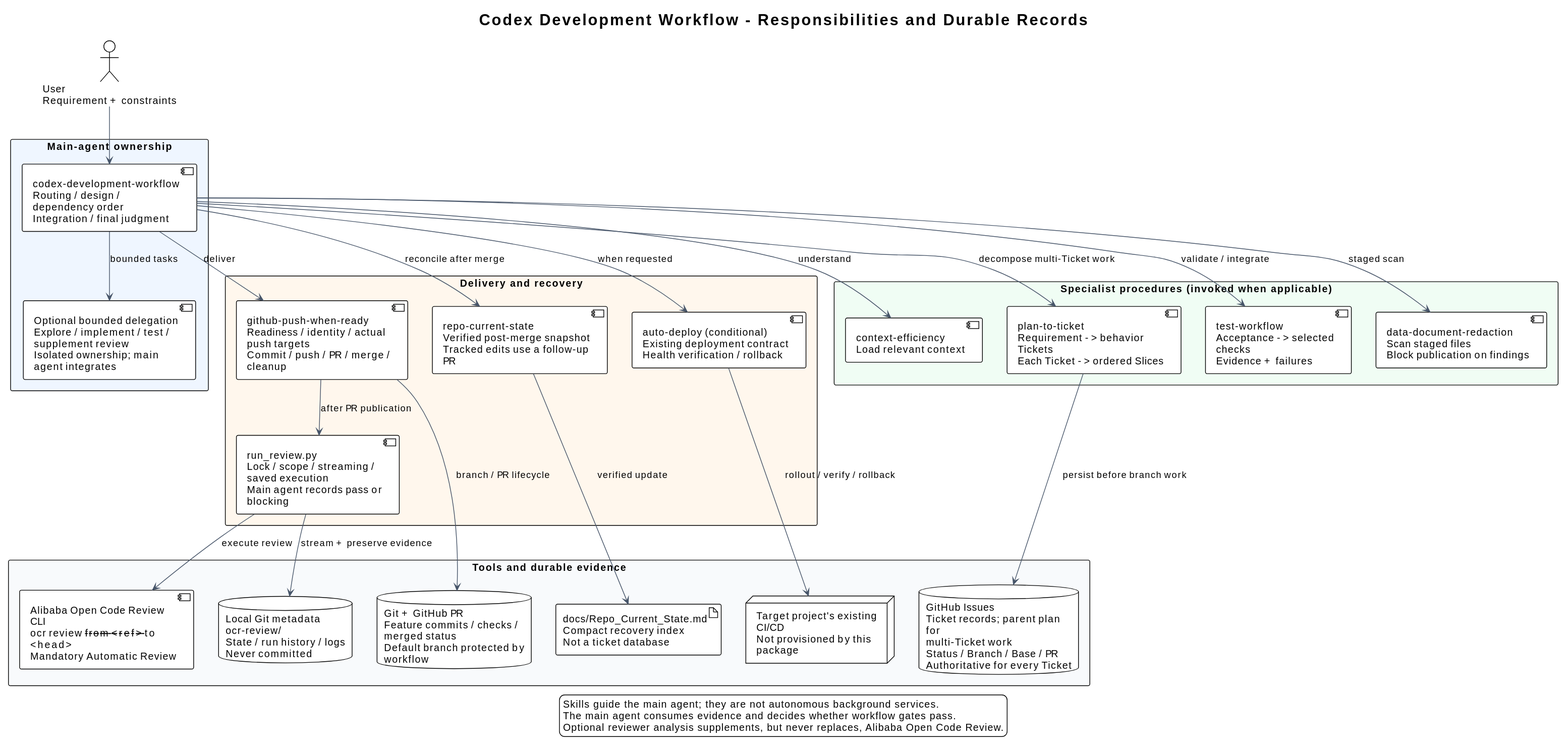
This is docs/diagrams/components.svg from i-zrhe2016/codex-development-workflow, a PlantUML export, as it was before one commit.
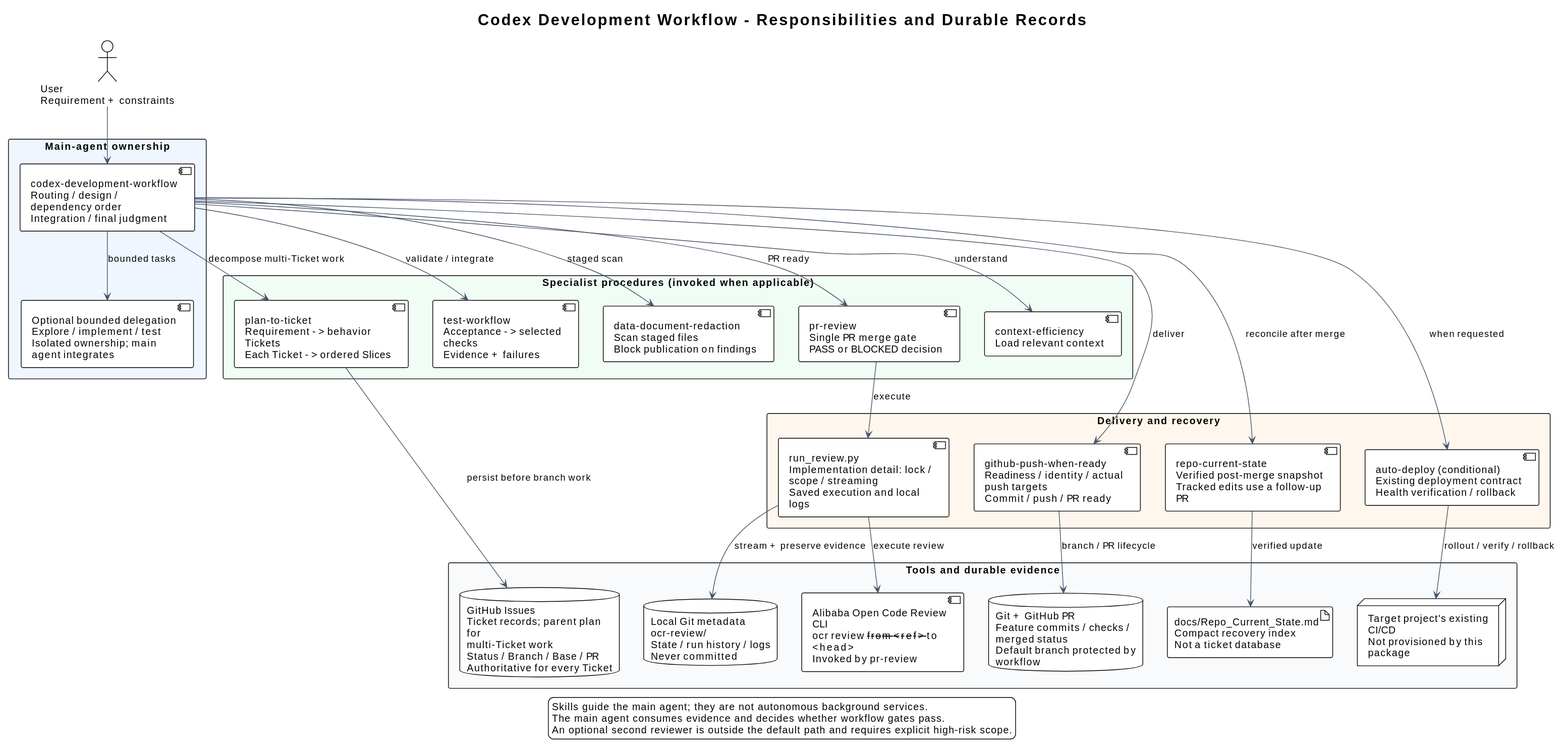
Later version of the same file.

What changed in the source:
```diff
@@ -11,24 +11,25 @@
 actor "User\nRequirement + constraints" as user
 package "Main-agent ownership" #EFF6FF {
   component "codex-development-workflow\nRouting / design / dependency order\nIntegration / final judgment" as main
-  component "Optional bounded delegation\nExplore / implement / test / supplement review\nIsolated ownership; main agent integrates" as delegates
+  component "Optional bounded delegation\nExplore / implement / test\nIsolated ownership; main agent integrates" as delegates
 }
 package "Specialist procedures (invoked when applicable)" #F0FDF4 {
   component "context-efficiency\nLoad relevant context" as context
   component "plan-to-ticket\nRequirement -> behavior Tickets\nEach Ticket -> ordered Slices" as plan
   component "test-workflow\nAcceptance -> selected checks\nEvidence + failures" as tests
   component "data-document-redaction\nScan staged files\nBlock publication on findings" as redact
+  component "pr-review\nSingle PR merge gate\nPASS or BLOCKED decision" as review
 }
 package "Delivery and recovery" #FFF7ED {
-  component "github-push-when-ready\nReadiness / identity / actual push targets\nCommit / push / PR / merge / cleanup" as publish
-  component "run_review.py\nLock / scope / streaming / saved execution\nMain agent records pass or blocking" as runner
+  component "github-push-when-ready\nReadiness / identity / actual push targets\nCommit / push / PR ready" as publish
+  component "run_review.py\nImplementation detail: lock / scope / streaming\nSaved execution and local logs" as runner
   component "repo-current-state\nVerified post-merge snapshot\nTracked edits use a follow-up PR" as state
   component "auto-deploy (conditional)\nExisting deployment contract\nHealth verification / rollback" as deploy
 }
 package "Tools and durable evidence" #F8FAFC {
   database "GitHub Issues\nTicket records; parent plan for\nmulti-Ticket work\nStatus / Branch / Base / PR\nAuthoritative for every Ticket" as issues
   database "Git + GitHub PR\nFeature commits / checks / merged status\nDefault branch protected by workflow" as github
-  component "Alibaba Open Code Review CLI\nocr review --from <ref> --to <head>\nMandatory Automatic Review" as cli
+  component "Alibaba Open Code Review CLI\nocr review --from <ref> --to <head>\nInvoked by pr-review" as cli
   database "Local Git metadata\nocr-review/\nState / run history / logs\nNever committed" as logs
   artifact "docs/Repo_Current_State.md\nCompact recovery index\nNot a ticket database" as snapshot
   node "Target project's existing CI/CD\nNot provisioned by this package" as cicd
@@ -41,11 +42,12 @@
 main --> tests : validate / integrate
 main --> redact : staged scan
 main --> publish : deliver
+main --> review : PR ready
 main --> state : reconcile after merge
 main --> deploy : when requested
 plan --> issues : persist before branch work
 publish --> github : branch / PR lifecycle
-publish --> runner : after PR publication
+review --> runner : execute
 runner --> cli : execute review
 runner --> logs : stream + preserve evidence
 state --> snapshot : verified update
@@ -53,6 +55,6 @@
 legend bottom
 Skills guide the main agent; they are not autonomous background services.
 The main agent consumes evidence and decides whether workflow gates pass.
-Optional reviewer analysis supplements, but never replaces, Alibaba Open Code Review.
+An optional second reviewer is outside the default path and requires explicit high-risk scope.
 endlegend
 @enduml
```
